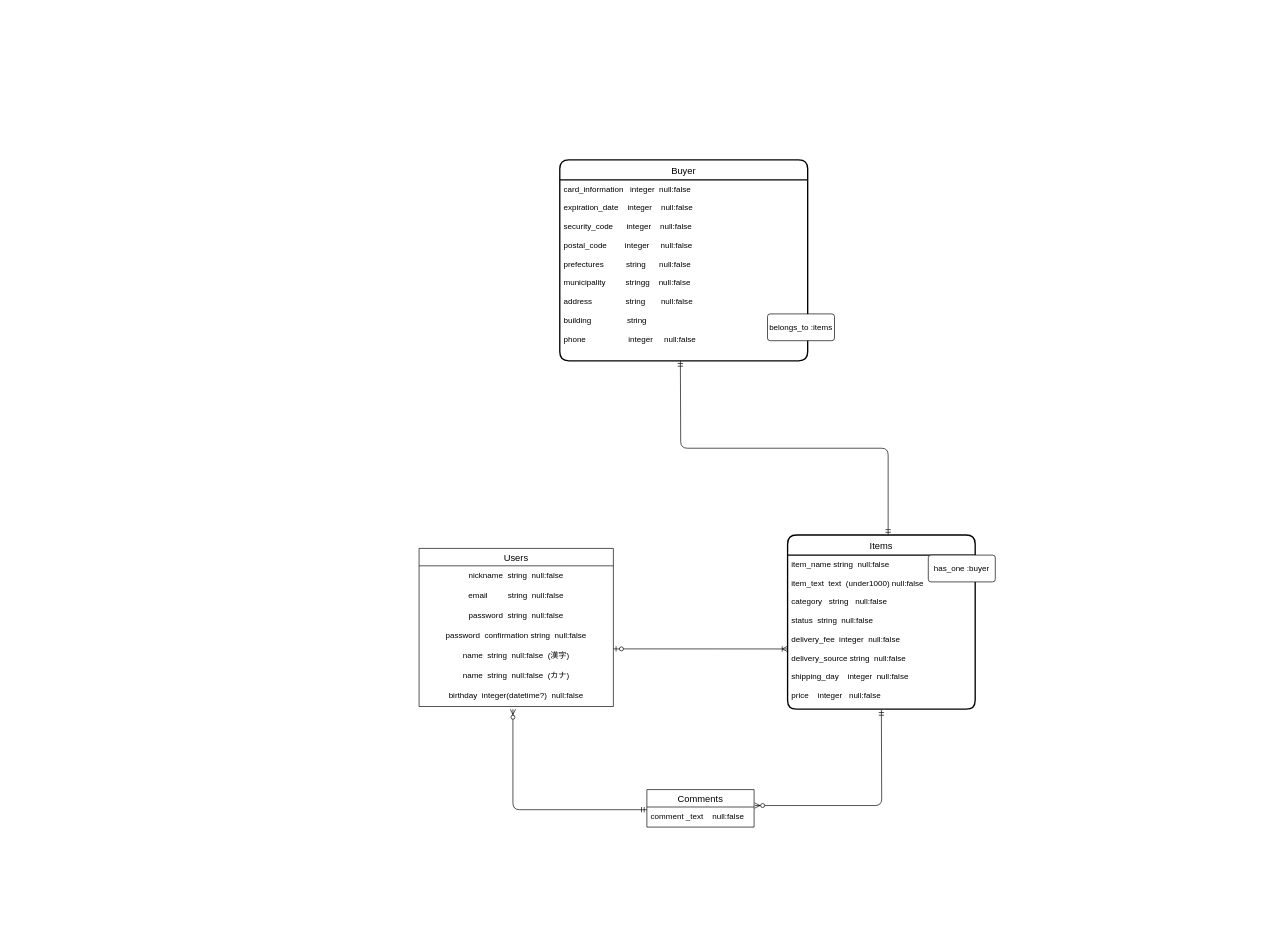
Before: furima-ER.dio in tomuyamukun/furima-32069, a draw.io diagram. Source tidied: cells renumbered, new cells numbered last; positions are measured from the earlier drawing's top-left corner, leaving out a move shared by most shapes. Both pictures are drawn from the tidied source at 67%, with x=0, y=0 at pixel (419, 159).
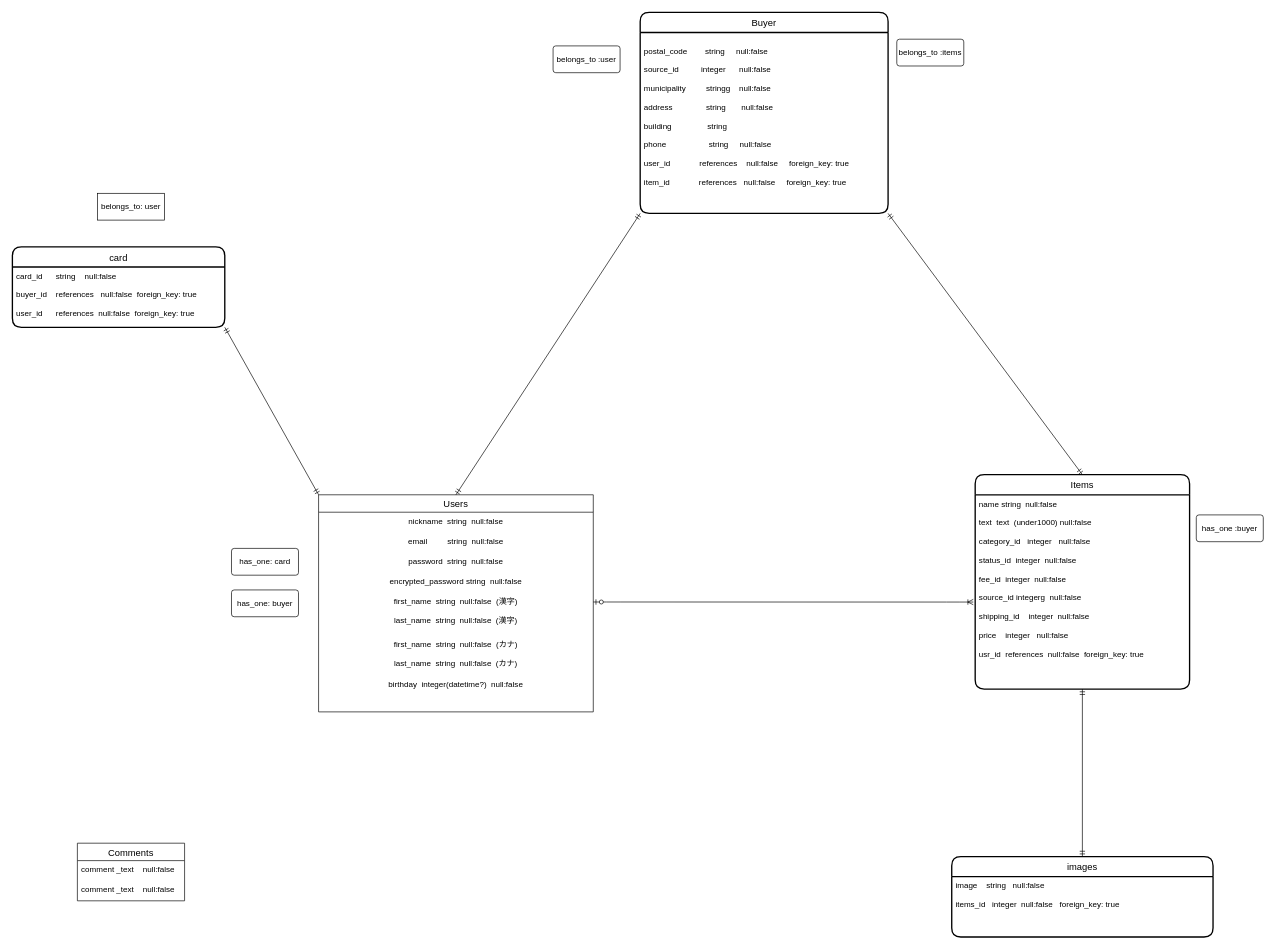
The same page after the edit.

Commit message (it also covers changes not shown here):
DB設計訂正１回目

Change to the diagram source:
```diff
@@
-    <mxCell id="2" value="Items" style="swimlane;horizontal=1;startSize=30;rounded=1;fontSize=14;fontStyle=0;strokeWidth=2;shadow=0;dashed=0;align=center;" parent="1" vertex="1">
-      <mxGeometry x="550" y="560" width="280" height="260" as="geometry" />
-    </mxCell>
-    <mxCell id="3" value="item_name string  null:false&#10;&#10;item_text  text  (under1000) null:false&#10;&#10;category   string   null:false&#10;&#10;status  string  null:false&#10;&#10;delivery_fee  integer  null:false&#10;&#10;delivery_source string  null:false&#10;&#10;shipping_day    integer  null:false&#10;&#10;price    integer   null:false&#10;" style="align=left;strokeColor=none;fillColor=none;spacingLeft=4;fontSize=12;verticalAlign=top;" parent="2" vertex="1">
-      <mxGeometry y="30" width="280" height="230" as="geometry" />
-    </mxCell>
-    <mxCell id="4" style="edgeStyle=orthogonalEdgeStyle;fontSize=12;html=1;endArrow=ERzeroToMany;startArrow=ERmandOne;entryX=1.005;entryY=-0.073;entryDx=0;entryDy=0;entryPerimeter=0;" parent="2" edge="1" target="7">
-      <mxGeometry relative="1" as="geometry">
-        <mxPoint x="140" y="261" as="sourcePoint" />
-      </mxGeometry>
-    </mxCell>
-    <mxCell id="5" style="edgeStyle=entityRelationEdgeStyle;fontSize=12;html=1;endArrow=ERoneToMany;startArrow=ERzeroToOne;entryX=0;entryY=0.609;entryDx=0;entryDy=0;entryPerimeter=0;" parent="1" edge="1" target="3">
-      <mxGeometry relative="1" as="geometry">
-        <mxPoint x="290" y="730" as="sourcePoint" />
-      </mxGeometry>
-    </mxCell>
+    <mxCell id="20" value="has_one :buyer" style="rounded=1;arcSize=10;whiteSpace=wrap;html=1;align=center;" parent="1" vertex="1">
+      <mxGeometry x="1160" y="530" width="100" height="40" as="geometry" />
+    </mxCell>
+    <mxCell id="21" value="belongs_to :items" style="rounded=1;arcSize=10;whiteSpace=wrap;html=1;align=center;" parent="1" vertex="1">
+      <mxGeometry x="713" y="-180" width="100" height="40" as="geometry" />
+    </mxCell>
     <mxCell id="6" value="Comments" style="swimlane;fontStyle=0;horizontal=1;startSize=26;align=center;fontSize=14;" parent="1" vertex="1">
-      <mxGeometry x="340" y="940" width="160" height="56" as="geometry" />
+      <mxGeometry x="-510" y="1020" width="160" height="86" as="geometry" />
     </mxCell>
+    <mxCell id="22" value="comment _text    null:false" style="text;strokeColor=none;fillColor=none;spacingLeft=4;spacingRight=4;overflow=hidden;fontSize=12;" parent="6" vertex="1">
+      <mxGeometry y="26" width="160" height="30" as="geometry" />
+    </mxCell>
     <mxCell id="7" value="comment _text    null:false" style="text;strokeColor=none;fillColor=none;spacingLeft=4;spacingRight=4;overflow=hidden;points=[[0,0.5],[1,0.5]];portConstraint=eastwest;fontSize=12;" parent="6" vertex="1">
-      <mxGeometry y="26" width="160" height="30" as="geometry" />
+      <mxGeometry y="56" width="160" height="30" as="geometry" />
     </mxCell>
+    <mxCell id="17" value="Buyer" style="swimlane;horizontal=1;startSize=30;rounded=1;fontSize=14;fontStyle=0;strokeWidth=2;shadow=0;dashed=0;align=center;" parent="1" vertex="1">
+      <mxGeometry x="330" y="-220" width="370" height="300" as="geometry" />
+    </mxCell>
+    <mxCell id="18" value="&#10;postal_code        string     null:false&#10;&#10;source_id          integer      null:false&#10;&#10;municipality         stringg    null:false&#10;&#10;address               string       null:false&#10;&#10;building                string&#10;&#10;phone                   string     null:false&#10;&#10;user_id             references    null:false     foreign_key: true&#10;&#10;item_id             references   null:false     foreign_key: true" style="align=left;strokeColor=none;fillColor=none;spacingLeft=4;fontSize=12;verticalAlign=top;" parent="17" vertex="1">
+      <mxGeometry y="30" width="370" height="270" as="geometry" />
+    </mxCell>
+    <mxCell id="23" style="fontSize=12;html=1;endArrow=ERmandOne;startArrow=ERmandOne;entryX=0.5;entryY=1;entryDx=0;entryDy=0;exitX=0.5;exitY=0;exitDx=0;exitDy=0;" parent="1" edge="1" source="26" target="3">
+      <mxGeometry relative="1" as="geometry" />
+    </mxCell>
+    <mxCell id="24" style="edgeStyle=entityRelationEdgeStyle;fontSize=12;html=1;endArrow=ERoneToMany;startArrow=ERzeroToOne;entryX=-0.009;entryY=0.552;entryDx=0;entryDy=0;entryPerimeter=0;" parent="1" edge="1" target="3">
+      <mxGeometry relative="1" as="geometry">
+        <mxPoint x="260" y="660" as="sourcePoint" />
+      </mxGeometry>
+    </mxCell>
     <mxCell id="8" value="Users" style="swimlane;fontStyle=0;horizontal=1;startSize=26;align=center;fontSize=14;" parent="1" vertex="1">
-      <mxGeometry y="580" width="290" height="236" as="geometry" />
+      <mxGeometry x="-150" y="500" width="410" height="324" as="geometry" />
     </mxCell>
     <mxCell id="9" value="nickname  string  null:false" style="text;strokeColor=none;fillColor=none;spacingLeft=4;spacingRight=4;overflow=hidden;fontSize=12;align=center;fontStyle=0;labelBorderColor=none;" parent="8" vertex="1">
-      <mxGeometry y="26" width="290" height="30" as="geometry" />
+      <mxGeometry y="26" width="410" height="30" as="geometry" />
     </mxCell>
     <mxCell id="10" value="email         string  null:false" style="text;strokeColor=none;fillColor=none;spacingLeft=4;spacingRight=4;overflow=hidden;fontSize=12;align=center;fontStyle=0;" parent="8" vertex="1">
-      <mxGeometry y="56" width="290" height="30" as="geometry" />
+      <mxGeometry y="56" width="410" height="30" as="geometry" />
     </mxCell>
     <mxCell id="11" value="password  string  null:false" style="text;strokeColor=none;fillColor=none;spacingLeft=4;spacingRight=4;overflow=hidden;fontSize=12;align=center;" parent="8" vertex="1">
-      <mxGeometry y="86" width="290" height="30" as="geometry" />
+      <mxGeometry y="86" width="410" height="30" as="geometry" />
     </mxCell>
-    <mxCell id="12" value="password  confirmation string  null:false" style="text;strokeColor=none;fillColor=none;spacingLeft=4;spacingRight=4;overflow=hidden;fontSize=12;align=center;" parent="8" vertex="1">
-      <mxGeometry y="116" width="290" height="30" as="geometry" />
+    <mxCell id="12" value="encrypted_password string  null:false" style="text;strokeColor=none;fillColor=none;spacingLeft=4;spacingRight=4;overflow=hidden;fontSize=12;align=center;" parent="8" vertex="1">
+      <mxGeometry y="116" width="410" height="30" as="geometry" />
     </mxCell>
-    <mxCell id="13" value="name  string  null:false  (漢字)" style="text;strokeColor=none;fillColor=none;spacingLeft=4;spacingRight=4;overflow=hidden;fontSize=12;align=center;" parent="8" vertex="1">
-      <mxGeometry y="146" width="290" height="30" as="geometry" />
+    <mxCell id="13" value="first_name  string  null:false  (漢字)&#10;&#10;last_name  string  null:false  (漢字)&#10;&#10;" style="text;strokeColor=none;fillColor=none;spacingLeft=4;spacingRight=4;overflow=hidden;fontSize=12;align=center;" parent="8" vertex="1">
+      <mxGeometry y="146" width="410" height="64" as="geometry" />
     </mxCell>
-    <mxCell id="14" value="name  string  null:false  (カナ)" style="text;strokeColor=none;fillColor=none;spacingLeft=4;spacingRight=4;overflow=hidden;fontSize=12;align=center;" parent="8" vertex="1">
-      <mxGeometry y="176" width="290" height="30" as="geometry" />
+    <mxCell id="14" value="first_name  string  null:false  (カナ)&#10;&#10;last_name  string  null:false  (カナ)" style="text;strokeColor=none;fillColor=none;spacingLeft=4;spacingRight=4;overflow=hidden;fontSize=12;align=center;" parent="8" vertex="1">
+      <mxGeometry y="210" width="410" height="60" as="geometry" />
     </mxCell>
     <mxCell id="15" value="birthday  integer(datetime?)  null:false" style="text;strokeColor=none;fillColor=none;spacingLeft=4;spacingRight=4;overflow=hidden;points=[[0,0.5],[1,0.5]];portConstraint=eastwest;fontSize=12;align=center;" parent="8" vertex="1">
-      <mxGeometry y="206" width="290" height="30" as="geometry" />
+      <mxGeometry y="270" width="410" height="54" as="geometry" />
     </mxCell>
-    <mxCell id="16" style="edgeStyle=elbowEdgeStyle;fontSize=12;html=1;endArrow=ERzeroToMany;startArrow=ERmandOne;entryX=0.483;entryY=1.133;entryDx=0;entryDy=0;entryPerimeter=0;elbow=vertical;exitX=0;exitY=0.133;exitDx=0;exitDy=0;exitPerimeter=0;" parent="1" edge="1" source="7" target="15">
-      <mxGeometry relative="1" as="geometry">
-        <Array as="points">
-          <mxPoint x="330" y="970" />
-          <mxPoint x="230" y="960" />
-        </Array>
-      </mxGeometry>
-    </mxCell>
-    <mxCell id="17" value="Buyer" style="swimlane;horizontal=1;startSize=30;rounded=1;fontSize=14;fontStyle=0;strokeWidth=2;shadow=0;dashed=0;align=center;" parent="1" vertex="1">
-      <mxGeometry x="210" width="370" height="300" as="geometry" />
-    </mxCell>
-    <mxCell id="18" value="card_information   integer  null:false&#10;&#10;expiration_date    integer    null:false&#10;&#10;security_code      integer    null:false&#10;&#10;postal_code        integer     null:false&#10;&#10;prefectures          string      null:false&#10;&#10;municipality         stringg    null:false&#10;&#10;address               string       null:false&#10;&#10;building                string&#10;&#10;phone                   integer     null:false&#10;&#10;    " style="align=left;strokeColor=none;fillColor=none;spacingLeft=4;fontSize=12;verticalAlign=top;" parent="17" vertex="1">
-      <mxGeometry y="30" width="370" height="270" as="geometry" />
-    </mxCell>
-    <mxCell id="19" style="edgeStyle=orthogonalEdgeStyle;fontSize=12;html=1;endArrow=ERmandOne;startArrow=ERmandOne;exitX=0.536;exitY=0;exitDx=0;exitDy=0;exitPerimeter=0;" parent="1" edge="1" source="2">
-      <mxGeometry relative="1" as="geometry">
-        <mxPoint x="390" y="300" as="targetPoint" />
-      </mxGeometry>
-    </mxCell>
-    <mxCell id="20" value="has_one :buyer" style="rounded=1;arcSize=10;whiteSpace=wrap;html=1;align=center;" parent="1" vertex="1">
-      <mxGeometry x="760" y="590" width="100" height="40" as="geometry" />
-    </mxCell>
-    <mxCell id="21" value="belongs_to :items" style="rounded=1;arcSize=10;whiteSpace=wrap;html=1;align=center;" parent="1" vertex="1">
-      <mxGeometry x="520" y="230" width="100" height="40" as="geometry" />
-    </mxCell>
+    <mxCell id="2" value="Items" style="swimlane;horizontal=1;startSize=30;rounded=1;fontSize=14;fontStyle=0;strokeWidth=2;shadow=0;dashed=0;align=center;" parent="1" vertex="1">
+      <mxGeometry x="830" y="470" width="320" height="320" as="geometry" />
+    </mxCell>
+    <mxCell id="3" value="name string  null:false&#10;&#10;text  text  (under1000) null:false&#10;&#10;category_id   integer   null:false&#10;&#10;status_id  integer  null:false&#10;&#10;fee_id  integer  null:false&#10;&#10;source_id integerg  null:false&#10;&#10;shipping_id    integer  null:false&#10;&#10;price    integer   null:false&#10;&#10;usr_id  references  null:false  foreign_key: true" style="align=left;strokeColor=none;fillColor=none;spacingLeft=4;fontSize=12;verticalAlign=top;" parent="2" vertex="1">
+      <mxGeometry y="30" width="320" height="290" as="geometry" />
+    </mxCell>
+    <mxCell id="25" style="edgeStyle=orthogonalEdgeStyle;rounded=0;orthogonalLoop=1;jettySize=auto;html=1;exitX=0.5;exitY=1;exitDx=0;exitDy=0;" parent="2" edge="1" source="3" target="3">
+      <mxGeometry relative="1" as="geometry" />
+    </mxCell>
+    <mxCell id="26" value="images" style="swimlane;horizontal=1;startSize=30;rounded=1;fontSize=14;fontStyle=0;strokeWidth=2;shadow=0;dashed=0;align=center;" parent="1" vertex="1">
+      <mxGeometry x="795" y="1040" width="390" height="120" as="geometry" />
+    </mxCell>
+    <mxCell id="27" value="image    string   null:false&#10;&#10;items_id   integer  null:false   foreign_key: true" style="align=left;strokeColor=none;fillColor=none;spacingLeft=4;fontSize=12;verticalAlign=top;" parent="26" vertex="1">
+      <mxGeometry y="30" width="390" height="90" as="geometry" />
+    </mxCell>
+    <mxCell id="28" style="fontSize=12;html=1;endArrow=ERmandOne;startArrow=ERmandOne;exitX=0.5;exitY=0;exitDx=0;exitDy=0;entryX=0;entryY=1;entryDx=0;entryDy=0;" parent="1" edge="1" source="8" target="18">
+      <mxGeometry relative="1" as="geometry" />
+    </mxCell>
+    <mxCell id="29" value="belongs_to :user" style="rounded=1;arcSize=10;whiteSpace=wrap;html=1;align=center;" parent="1" vertex="1">
+      <mxGeometry x="200" y="-170" width="100" height="40" as="geometry" />
+    </mxCell>
+    <mxCell id="30" value="has_one: buyer" style="rounded=1;arcSize=10;whiteSpace=wrap;html=1;align=center;" parent="1" vertex="1">
+      <mxGeometry x="-280" y="642" width="100" height="40" as="geometry" />
+    </mxCell>
+    <mxCell id="31" style="fontSize=12;html=1;endArrow=ERmandOne;startArrow=ERmandOne;entryX=0.5;entryY=0;entryDx=0;entryDy=0;exitX=1;exitY=1;exitDx=0;exitDy=0;" parent="1" edge="1" source="18" target="2">
+      <mxGeometry relative="1" as="geometry" />
+    </mxCell>
+    <mxCell id="32" value="card" style="swimlane;horizontal=1;startSize=30;rounded=1;fontSize=14;fontStyle=0;strokeWidth=2;shadow=0;dashed=0;align=center;" parent="1" vertex="1">
+      <mxGeometry x="-607" y="130" width="317" height="120" as="geometry" />
+    </mxCell>
+    <mxCell id="33" value="card_id      string    null:false&#10;&#10;buyer_id    references   null:false  foreign_key: true&#10;&#10;user_id      references  null:false  foreign_key: true    " style="align=left;strokeColor=none;fillColor=none;spacingLeft=4;fontSize=12;verticalAlign=top;" parent="32" vertex="1">
+      <mxGeometry y="30" width="317" height="90" as="geometry" />
+    </mxCell>
+    <mxCell id="34" style="fontSize=12;html=1;endArrow=ERmandOne;startArrow=ERmandOne;exitX=0;exitY=0;exitDx=0;exitDy=0;entryX=1;entryY=1;entryDx=0;entryDy=0;" parent="1" edge="1" source="8" target="33">
+      <mxGeometry relative="1" as="geometry" />
+    </mxCell>
+    <mxCell id="35" value="has_one: card" style="rounded=1;arcSize=10;whiteSpace=wrap;html=1;align=center;" parent="1" vertex="1">
+      <mxGeometry x="-280" y="580" width="100" height="40" as="geometry" />
+    </mxCell>
+    <mxCell id="36" value="belongs_to: user" style="whiteSpace=wrap;html=1;align=center;" parent="1" vertex="1">
+      <mxGeometry x="-480" y="50" width="100" height="40" as="geometry" />
+    </mxCell>
```
